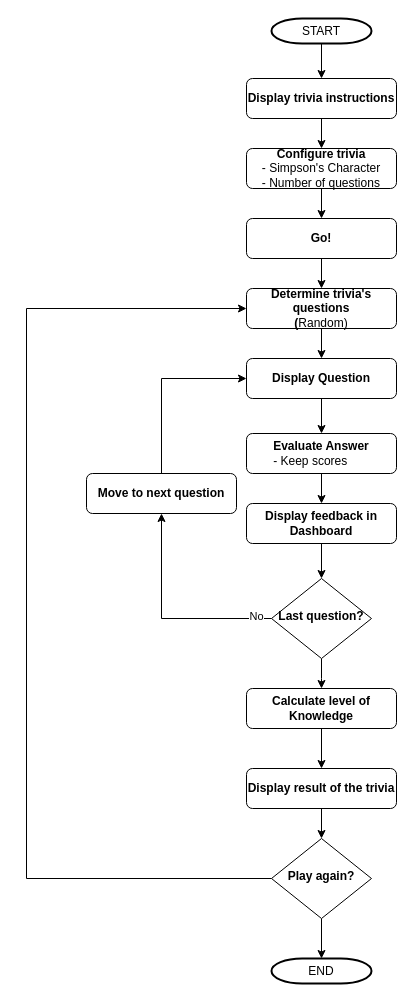
Above: readme_items/trivia-flow-chart.drawio in ctrevino-mx/trivia-game (draw.io), before the change. Source tidied: cells renumbered, new cells numbered last; positions are measured from the earlier drawing's top-left corner, leaving out a move shared by most shapes. Both pictures are drawn from the tidied source at 100%, with x=0, y=0 at pixel (26, 18).
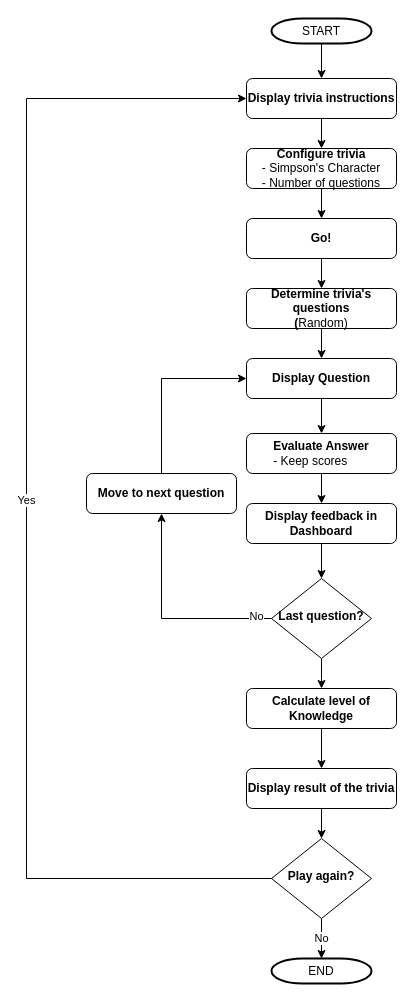
After the change.

Commit message (it also covers changes not shown here):
Functional: flow chart updated in the README file

Unchanged cells that the change refers to:
```xml
<mxCell id="3" value="&lt;b&gt;Display trivia instructions&lt;/b&gt;" style="rounded=1;whiteSpace=wrap;html=1;fontSize=12;glass=0;strokeWidth=1;shadow=0;" parent="1" vertex="1">
  <mxGeometry x="220" y="60" width="150" height="40" as="geometry" />
</mxCell>
<mxCell id="12" value="&lt;b&gt;Determine trivia's questions&lt;br&gt;(&lt;/b&gt;Random)" style="rounded=1;whiteSpace=wrap;html=1;fontSize=12;glass=0;strokeWidth=1;shadow=0;" parent="1" vertex="1">
  <mxGeometry x="220" y="270" width="150" height="40" as="geometry" />
</mxCell>
<mxCell id="27" value="Play again?" style="rhombus;whiteSpace=wrap;html=1;shadow=0;fontFamily=Helvetica;fontSize=12;align=center;strokeWidth=1;spacing=6;spacingTop=-4;fontStyle=1;" parent="1" vertex="1">
  <mxGeometry x="245" y="820" width="100" height="80" as="geometry" />
</mxCell>
<mxCell id="30" value="END" style="strokeWidth=2;html=1;shape=mxgraph.flowchart.terminator;whiteSpace=wrap;" parent="1" vertex="1">
  <mxGeometry x="245" y="940" width="100" height="25" as="geometry" />
</mxCell>
```

What changed in the source:
```diff
@@
-    <mxCell id="25" style="edgeStyle=orthogonalEdgeStyle;rounded=0;jettySize=auto;html=1;entryX=0;entryY=0.5;entryDx=0;entryDy=0;" parent="1" edge="1" source="27" target="12">
+    <mxCell id="25" value="Yes" style="edgeStyle=orthogonalEdgeStyle;rounded=0;jettySize=auto;html=1;entryX=0;entryY=0.5;entryDx=0;entryDy=0;" parent="1" edge="1" source="27" target="3">
       <mxGeometry relative="1" as="geometry">
         <Array as="points">
           <mxPoint y="860" />
-          <mxPoint y="290" />
+          <mxPoint y="80" />
         </Array>
       </mxGeometry>
     </mxCell>
-    <mxCell id="26" style="edgeStyle=orthogonalEdgeStyle;rounded=0;jettySize=auto;html=1;" parent="1" edge="1" source="27" target="30">
+    <mxCell id="26" value="No" style="edgeStyle=orthogonalEdgeStyle;rounded=0;jettySize=auto;html=1;" parent="1" edge="1" source="27" target="30">
       <mxGeometry relative="1" as="geometry" />
     </mxCell>
```
